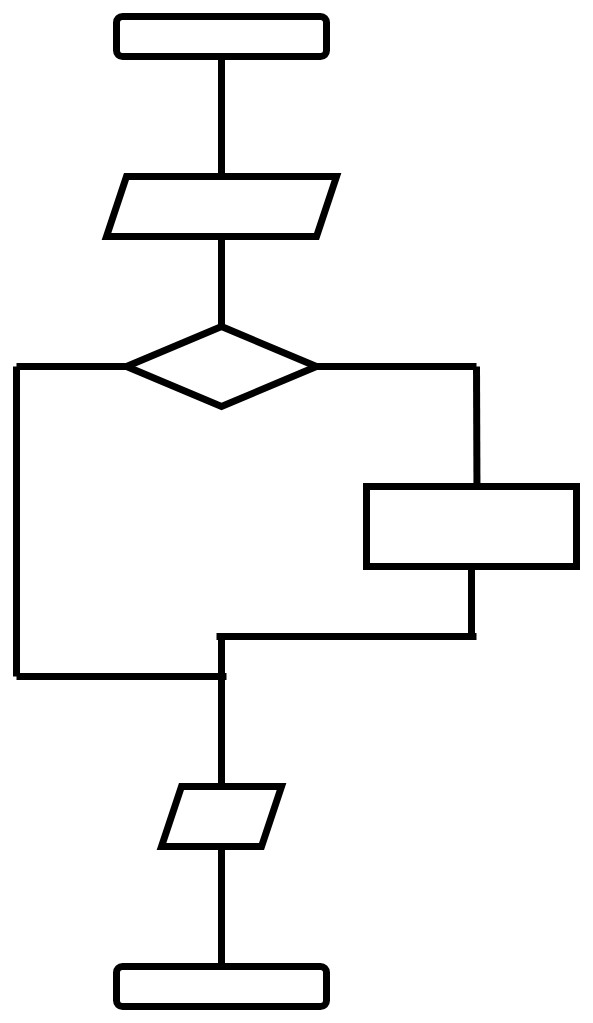
Before: flowchart.drawio in zanaviska/diploma, a draw.io diagram. Source tidied: cells renumbered, new cells numbered last; positions are measured from the earlier drawing's top-left corner, leaving out a move shared by most shapes. Both pictures are drawn from the tidied source at 100%, with x=0, y=0 at pixel (16, 16).
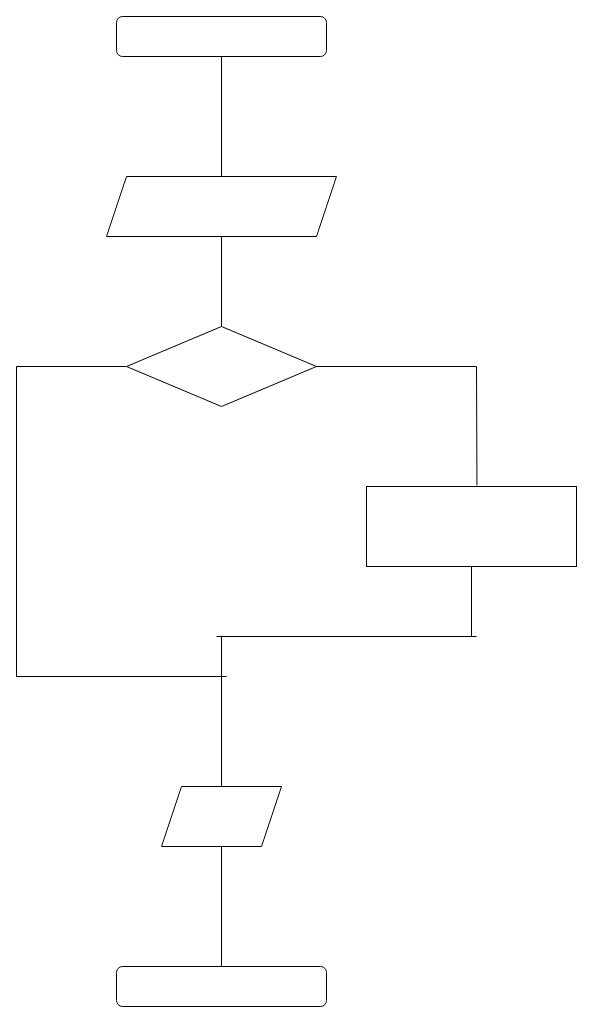
After the change.

Change to the diagram source:
```diff
@@
-    <mxCell id="2" style="rounded=1;whiteSpace=wrap;html=1;fontSize=12;glass=0;strokeWidth=7;shadow=0;" parent="1" vertex="1">
+    <mxCell id="2" style="rounded=1;whiteSpace=wrap;html=1;fontSize=12;glass=0;strokeWidth=1;shadow=0;" parent="1" vertex="1">
       <mxGeometry x="100" width="210" height="40" as="geometry" />
     </mxCell>
-    <mxCell id="3" style="rhombus;whiteSpace=wrap;html=1;shadow=0;fontFamily=Helvetica;fontSize=12;align=center;strokeWidth=7;spacing=6;spacingTop=-4;" parent="1" vertex="1">
+    <mxCell id="3" style="rhombus;whiteSpace=wrap;html=1;shadow=0;fontFamily=Helvetica;fontSize=12;align=center;strokeWidth=1;spacing=6;spacingTop=-4;" parent="1" vertex="1">
       <mxGeometry x="110" y="310" width="190" height="80" as="geometry" />
     </mxCell>
-    <mxCell id="4" style="rounded=1;whiteSpace=wrap;html=1;fontSize=12;glass=0;strokeWidth=7;shadow=0;" parent="1" vertex="1">
+    <mxCell id="4" style="rounded=1;whiteSpace=wrap;html=1;fontSize=12;glass=0;strokeWidth=1;shadow=0;" parent="1" vertex="1">
       <mxGeometry x="100" y="950" width="210" height="40" as="geometry" />
     </mxCell>
-    <mxCell id="5" style="endArrow=none;html=1;entryX=0.5;entryY=1;entryDx=0;entryDy=0;exitX=0.5;exitY=0;exitDx=0;exitDy=0;strokeWidth=7;" parent="1" edge="1" source="9" target="2">
+    <mxCell id="5" style="endArrow=none;html=1;entryX=0.5;entryY=1;entryDx=0;entryDy=0;exitX=0.5;exitY=0;exitDx=0;exitDy=0;strokeWidth=1;" parent="1" edge="1" source="9" target="2">
       <mxGeometry relative="1" as="geometry" />
     </mxCell>
-    <mxCell id="6" style="endArrow=none;html=1;entryX=1;entryY=0.5;entryDx=0;entryDy=0;strokeWidth=7;" parent="1" edge="1" target="3">
+    <mxCell id="6" style="endArrow=none;html=1;entryX=1;entryY=0.5;entryDx=0;entryDy=0;strokeWidth=1;" parent="1" edge="1" target="3">
       <mxGeometry relative="1" as="geometry">
         <mxPoint x="460" y="350" as="sourcePoint" />
       </mxGeometry>
     </mxCell>
-    <mxCell id="7" style="endArrow=none;html=1;entryX=0.5;entryY=1;entryDx=0;entryDy=0;strokeWidth=7;" parent="1" edge="1" target="8">
+    <mxCell id="7" style="endArrow=none;html=1;entryX=0.5;entryY=1;entryDx=0;entryDy=0;strokeWidth=1;" parent="1" edge="1" target="8">
       <mxGeometry relative="1" as="geometry">
         <mxPoint x="455" y="620" as="sourcePoint" />
       </mxGeometry>
     </mxCell>
-    <mxCell id="8" style="rounded=0;whiteSpace=wrap;html=1;strokeWidth=7;" parent="1" vertex="1">
+    <mxCell id="8" style="rounded=0;whiteSpace=wrap;html=1;strokeWidth=1;" parent="1" vertex="1">
       <mxGeometry x="350" y="470" width="210" height="80" as="geometry" />
     </mxCell>
-    <mxCell id="9" style="shape=parallelogram;perimeter=parallelogramPerimeter;whiteSpace=wrap;html=1;fixedSize=1;strokeWidth=7;" parent="1" vertex="1">
+    <mxCell id="9" style="shape=parallelogram;perimeter=parallelogramPerimeter;whiteSpace=wrap;html=1;fixedSize=1;strokeWidth=1;" parent="1" vertex="1">
       <mxGeometry x="90" y="160" width="230" height="60" as="geometry" />
     </mxCell>
-    <mxCell id="10" style="endArrow=none;html=1;strokeWidth=7;entryX=0.5;entryY=1;entryDx=0;entryDy=0;exitX=0.5;exitY=0;exitDx=0;exitDy=0;" parent="1" edge="1" source="3" target="9">
+    <mxCell id="10" style="endArrow=none;html=1;strokeWidth=1;entryX=0.5;entryY=1;entryDx=0;entryDy=0;exitX=0.5;exitY=0;exitDx=0;exitDy=0;" parent="1" edge="1" source="3" target="9">
       <mxGeometry relative="1" as="geometry" />
     </mxCell>
-    <mxCell id="11" style="endArrow=none;html=1;strokeWidth=7;exitX=0.526;exitY=-0.015;exitDx=0;exitDy=0;exitPerimeter=0;" parent="1" edge="1" source="8">
+    <mxCell id="11" style="endArrow=none;html=1;strokeWidth=1;exitX=0.526;exitY=-0.015;exitDx=0;exitDy=0;exitPerimeter=0;" parent="1" edge="1" source="8">
       <mxGeometry relative="1" as="geometry">
         <mxPoint x="460" y="350" as="targetPoint" />
       </mxGeometry>
     </mxCell>
-    <mxCell id="12" style="endArrow=none;html=1;strokeWidth=7;entryX=0;entryY=0.5;entryDx=0;entryDy=0;" parent="1" edge="1" target="3">
+    <mxCell id="12" style="endArrow=none;html=1;strokeWidth=1;entryX=0;entryY=0.5;entryDx=0;entryDy=0;" parent="1" edge="1" target="3">
       <mxGeometry relative="1" as="geometry">
         <mxPoint y="350" as="sourcePoint" />
       </mxGeometry>
     </mxCell>
-    <mxCell id="13" style="endArrow=none;html=1;strokeWidth=7;" parent="1" edge="1">
+    <mxCell id="13" style="endArrow=none;html=1;strokeWidth=1;" parent="1" edge="1">
       <mxGeometry relative="1" as="geometry">
         <mxPoint y="660" as="sourcePoint" />
         <mxPoint y="350" as="targetPoint" />
       </mxGeometry>
     </mxCell>
-    <mxCell id="14" style="endArrow=none;html=1;strokeWidth=7;" parent="1" edge="1">
+    <mxCell id="14" style="endArrow=none;html=1;strokeWidth=1;" parent="1" edge="1">
       <mxGeometry relative="1" as="geometry">
         <mxPoint x="200" y="620" as="sourcePoint" />
         <mxPoint x="460" y="620" as="targetPoint" />
       </mxGeometry>
     </mxCell>
-    <mxCell id="15" style="endArrow=none;html=1;strokeWidth=7;exitX=0.5;exitY=0;exitDx=0;exitDy=0;" parent="1" edge="1" source="17">
+    <mxCell id="15" style="endArrow=none;html=1;strokeWidth=1;exitX=0.5;exitY=0;exitDx=0;exitDy=0;" parent="1" edge="1" source="17">
       <mxGeometry relative="1" as="geometry">
         <mxPoint x="205" y="620" as="targetPoint" />
       </mxGeometry>
     </mxCell>
-    <mxCell id="16" style="endArrow=none;html=1;strokeWidth=7;" parent="1" edge="1">
+    <mxCell id="16" style="endArrow=none;html=1;strokeWidth=1;" parent="1" edge="1">
       <mxGeometry relative="1" as="geometry">
         <mxPoint y="660" as="sourcePoint" />
         <mxPoint x="210" y="660" as="targetPoint" />
       </mxGeometry>
     </mxCell>
-    <mxCell id="17" style="shape=parallelogram;perimeter=parallelogramPerimeter;whiteSpace=wrap;html=1;fixedSize=1;strokeWidth=7;" parent="1" vertex="1">
+    <mxCell id="17" style="shape=parallelogram;perimeter=parallelogramPerimeter;whiteSpace=wrap;html=1;fixedSize=1;strokeWidth=1;" parent="1" vertex="1">
       <mxGeometry x="145" y="770" width="120" height="60" as="geometry" />
     </mxCell>
-    <mxCell id="18" style="endArrow=none;html=1;strokeWidth=7;entryX=0.5;entryY=1;entryDx=0;entryDy=0;exitX=0.5;exitY=0;exitDx=0;exitDy=0;" parent="1" edge="1" source="4" target="17">
+    <mxCell id="18" style="endArrow=none;html=1;strokeWidth=1;entryX=0.5;entryY=1;entryDx=0;entryDy=0;exitX=0.5;exitY=0;exitDx=0;exitDy=0;" parent="1" edge="1" source="4" target="17">
       <mxGeometry relative="1" as="geometry" />
     </mxCell>
```
